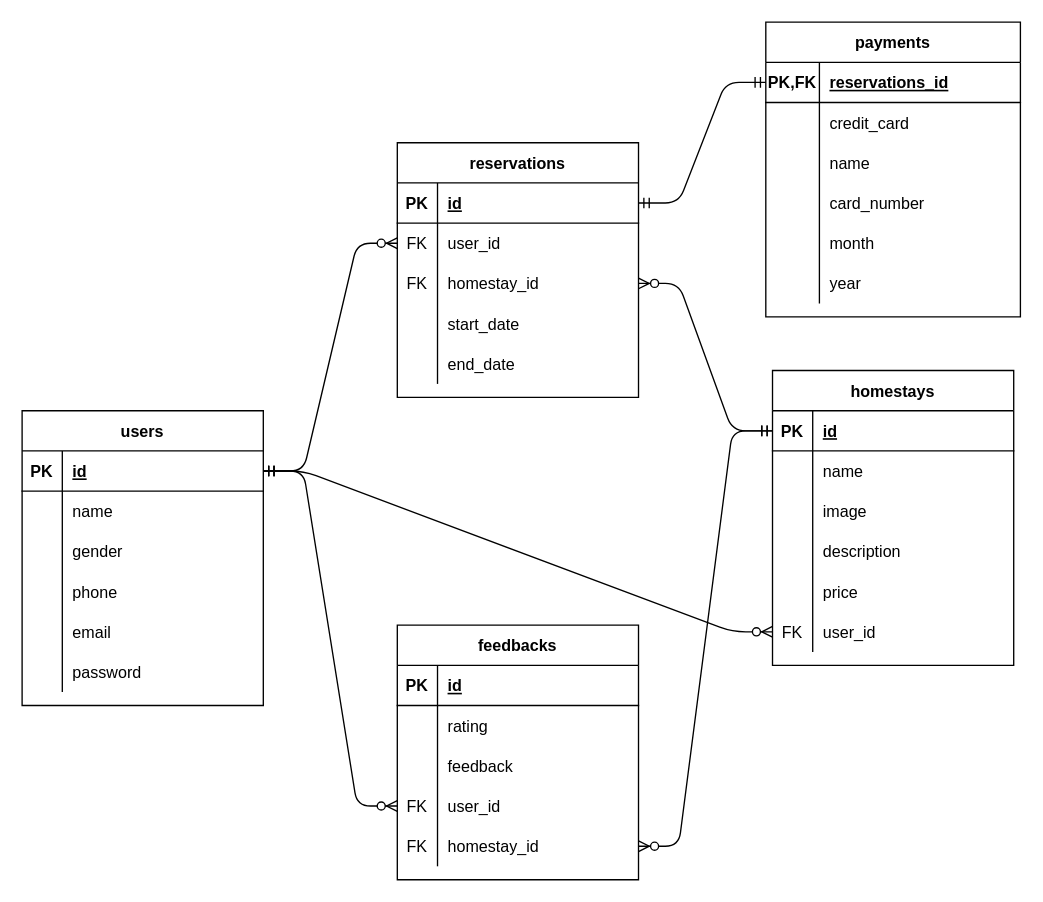
Earlier version of the draw.io diagram ERD-Project/erd-airbnb-app.drawio (Airbnb-app/BE). Source tidied: cells renumbered, new cells numbered last; positions are measured from the earlier drawing's top-left corner, leaving out a move shared by most shapes. Both pictures are drawn from the tidied source at 134%, with x=0, y=0 at pixel (21, 21).
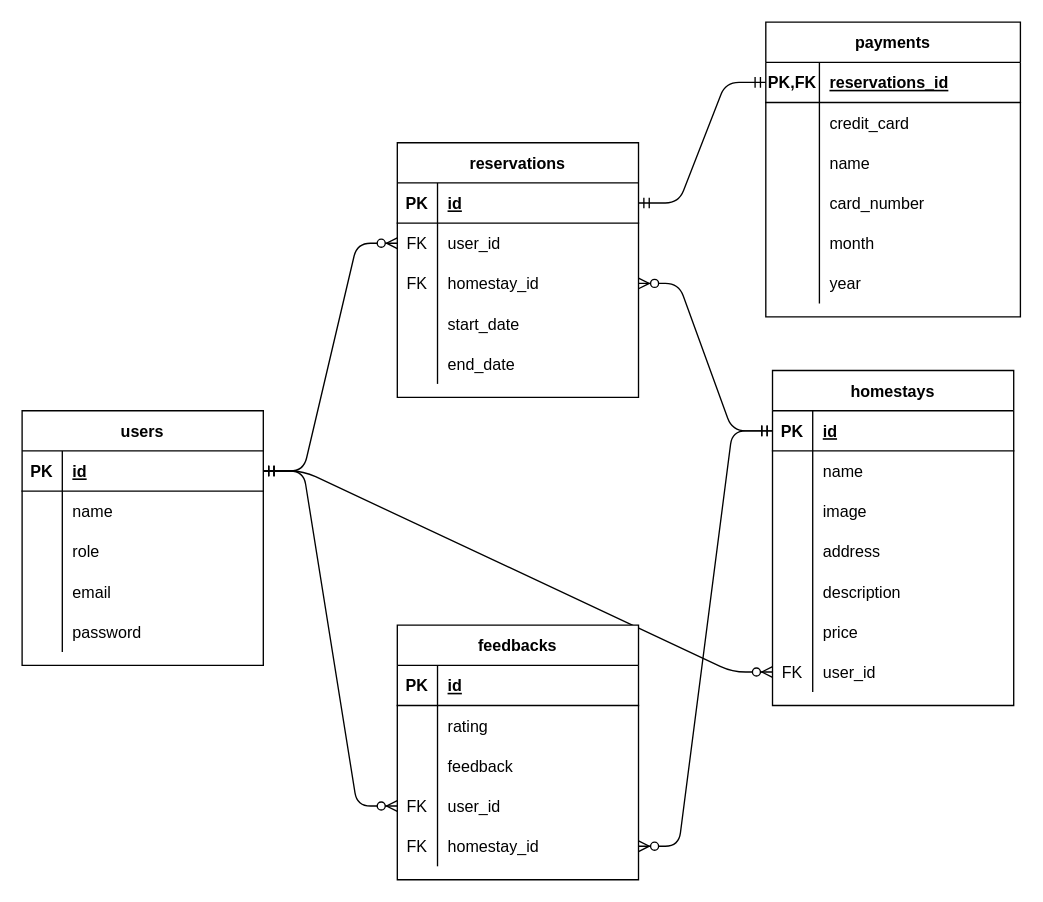
The same page after the edit.

Change to the diagram source:
```diff
@@
     <mxCell id="2" value="users" style="shape=table;startSize=30;childLayout=tableLayout;rowLines=0;fontStyle=1;align=center;" parent="1" vertex="1">
-      <mxGeometry y="290" width="180" height="220" as="geometry" />
+      <mxGeometry y="290" width="180" height="190" as="geometry" />
     </mxCell>
@@
-    <mxCell id="9" style="shape=partialRectangle;fillColor=none;top=0;left=0;bottom=0;right=0;" parent="2" vertex="1">
-      <mxGeometry y="90" width="180" height="30" as="geometry" />
-    </mxCell>
-    <mxCell id="10" style="shape=partialRectangle;fillColor=none;top=0;left=0;bottom=0;right=0;overflow=hidden;" parent="9" vertex="1">
-      <mxGeometry width="30" height="30" as="geometry" />
-    </mxCell>
-    <mxCell id="11" value="gender" style="shape=partialRectangle;fillColor=none;top=0;left=0;bottom=0;right=0;align=left;spacingLeft=6;overflow=hidden;" parent="9" vertex="1">
-      <mxGeometry x="30" width="150" height="30" as="geometry" />
-    </mxCell>
     <mxCell id="12" style="shape=partialRectangle;fillColor=none;top=0;left=0;bottom=0;right=0;" parent="2" vertex="1">
-      <mxGeometry y="120" width="180" height="30" as="geometry" />
+      <mxGeometry y="90" width="180" height="30" as="geometry" />
     </mxCell>
@@
-    <mxCell id="14" value="phone" style="shape=partialRectangle;fillColor=none;top=0;left=0;bottom=0;right=0;align=left;spacingLeft=6;overflow=hidden;" parent="12" vertex="1">
+    <mxCell id="14" value="role" style="shape=partialRectangle;fillColor=none;top=0;left=0;bottom=0;right=0;align=left;spacingLeft=6;overflow=hidden;" parent="12" vertex="1">
       <mxGeometry x="30" width="150" height="30" as="geometry" />
     </mxCell>
     <mxCell id="15" style="shape=partialRectangle;fillColor=none;top=0;left=0;bottom=0;right=0;" parent="2" vertex="1">
-      <mxGeometry y="150" width="180" height="30" as="geometry" />
+      <mxGeometry y="120" width="180" height="30" as="geometry" />
     </mxCell>
@@
     <mxCell id="18" style="shape=partialRectangle;fillColor=none;top=0;left=0;bottom=0;right=0;" parent="2" vertex="1">
-      <mxGeometry y="180" width="180" height="30" as="geometry" />
+      <mxGeometry y="150" width="180" height="30" as="geometry" />
     </mxCell>
@@
     <mxCell id="21" value="homestays" style="shape=table;startSize=30;childLayout=tableLayout;rowLines=0;fontStyle=1;align=center;" parent="1" vertex="1">
-      <mxGeometry x="560" y="260" width="180" height="220" as="geometry" />
+      <mxGeometry x="560" y="260" width="180" height="250" as="geometry" />
     </mxCell>
@@
+    <mxCell id="97" style="shape=partialRectangle;fillColor=none;top=0;left=0;bottom=0;right=0;" parent="21" vertex="1">
+      <mxGeometry y="120" width="180" height="30" as="geometry" />
+    </mxCell>
+    <mxCell id="10" style="shape=partialRectangle;fillColor=none;top=0;left=0;bottom=0;right=0;overflow=hidden;" parent="97" vertex="1">
+      <mxGeometry width="30" height="30" as="geometry" />
+    </mxCell>
+    <mxCell id="98" value="address" style="shape=partialRectangle;fillColor=none;top=0;left=0;bottom=0;right=0;align=left;spacingLeft=6;overflow=hidden;" parent="97" vertex="1">
+      <mxGeometry x="30" width="150" height="30" as="geometry" />
+    </mxCell>
     <mxCell id="31" style="shape=partialRectangle;fillColor=none;top=0;left=0;bottom=0;right=0;" parent="21" vertex="1">
-      <mxGeometry y="120" width="180" height="30" as="geometry" />
+      <mxGeometry y="150" width="180" height="30" as="geometry" />
     </mxCell>
@@
     <mxCell id="34" style="shape=partialRectangle;fillColor=none;top=0;left=0;bottom=0;right=0;" parent="21" vertex="1">
-      <mxGeometry y="150" width="180" height="30" as="geometry" />
+      <mxGeometry y="180" width="180" height="30" as="geometry" />
     </mxCell>
@@
     <mxCell id="37" style="shape=partialRectangle;fillColor=none;top=0;left=0;bottom=0;right=0;points=[[0,0.5],[1,0.5]];portConstraint=eastwest;" parent="21" vertex="1">
-      <mxGeometry y="180" width="180" height="30" as="geometry" />
+      <mxGeometry y="210" width="180" height="30" as="geometry" />
     </mxCell>
```
